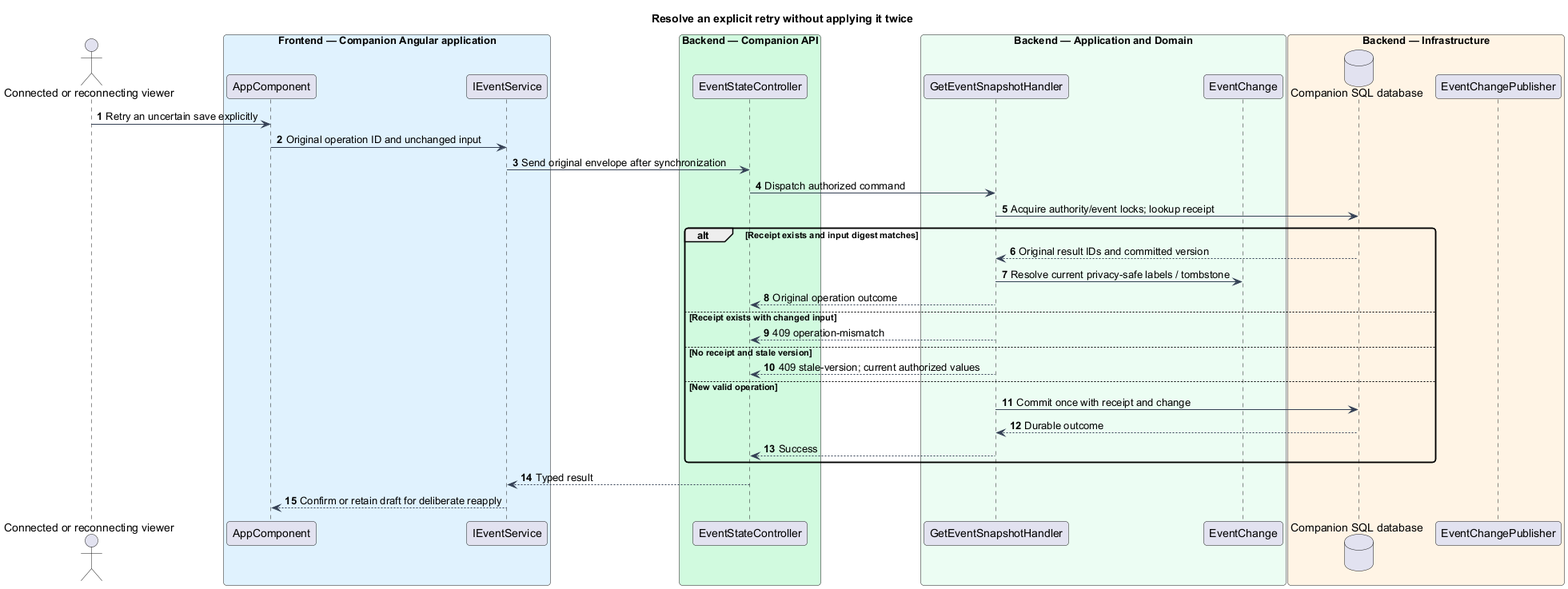
Before: docs/detailed-designs/operations/synchronize-and-recover-state/diagrams/sequence-retry.png, a diagram exported from PlantUML (QuinntyneBrown/faithtech-toronto-ai-build-event).
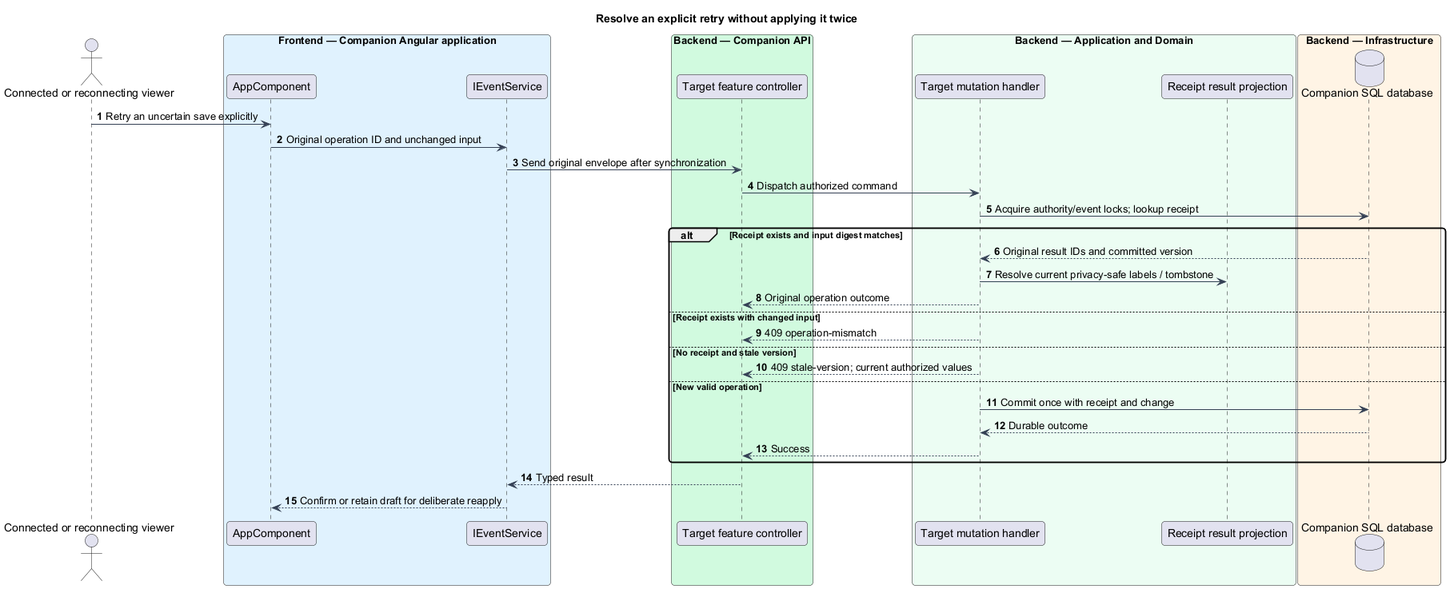
Above is the later version.

The edit, as a diff of the source:
```diff
@@ -12,15 +12,14 @@
 participant "IEventService" as client
 end box
 box "Backend — Companion API" #D1FADF
-participant "EventStateController" as controller
+participant "Target feature controller" as controller
 end box
 box "Backend — Application and Domain" #ECFDF3
-participant "GetEventSnapshotHandler" as handler
-participant "EventChange" as entity
+participant "Target mutation handler" as handler
+participant "Receipt result projection" as entity
 end box
 box "Backend — Infrastructure" #FFF4E5
 database "Companion SQL database" as db
-participant "EventChangePublisher" as push
 end box
 actor -> page : Retry an uncertain save explicitly
 page -> client : Original operation ID and unchanged input
```
